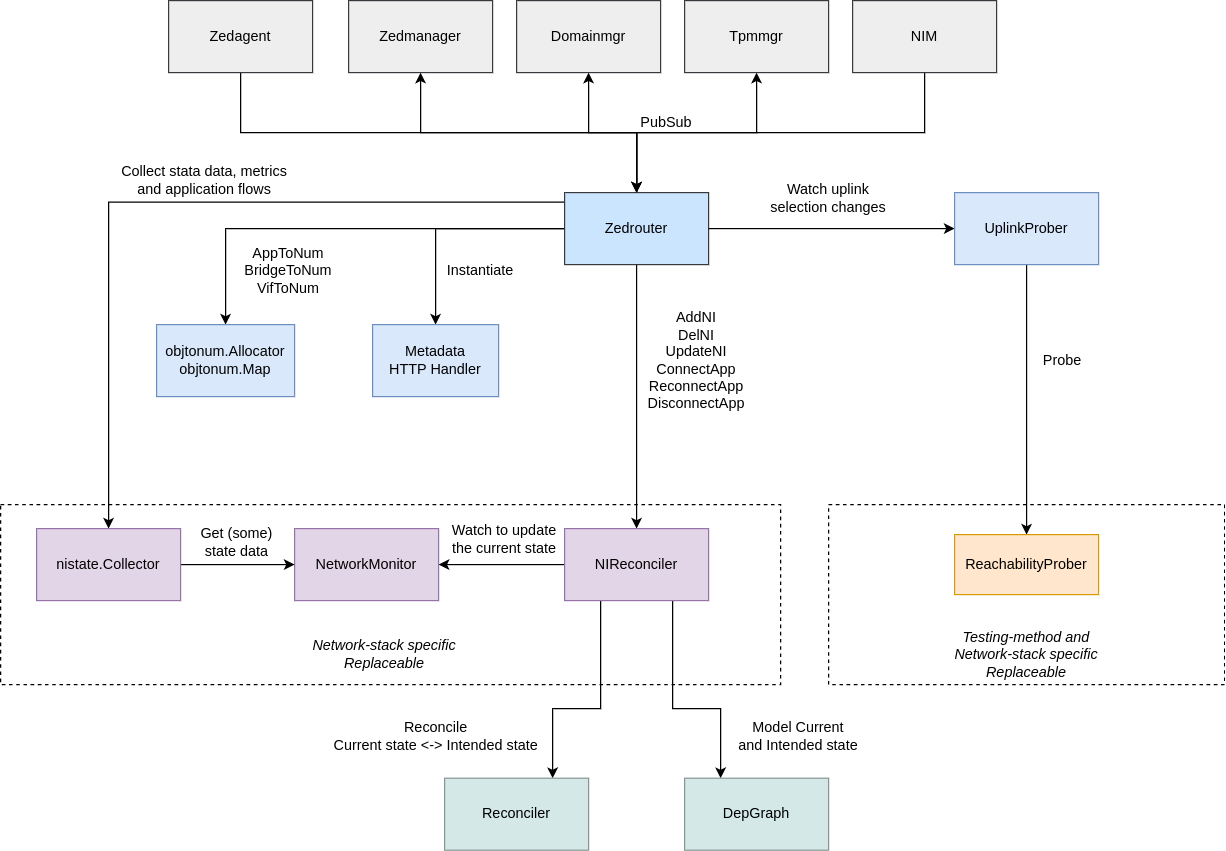
Earlier version of the draw.io export pkg/pillar/docs/pics/zedrouter.png (lf-edge/eve). Source tidied: cells renumbered, new cells last; positions are measured from the earlier drawing's top-left corner, leaving out a move shared by most shapes.
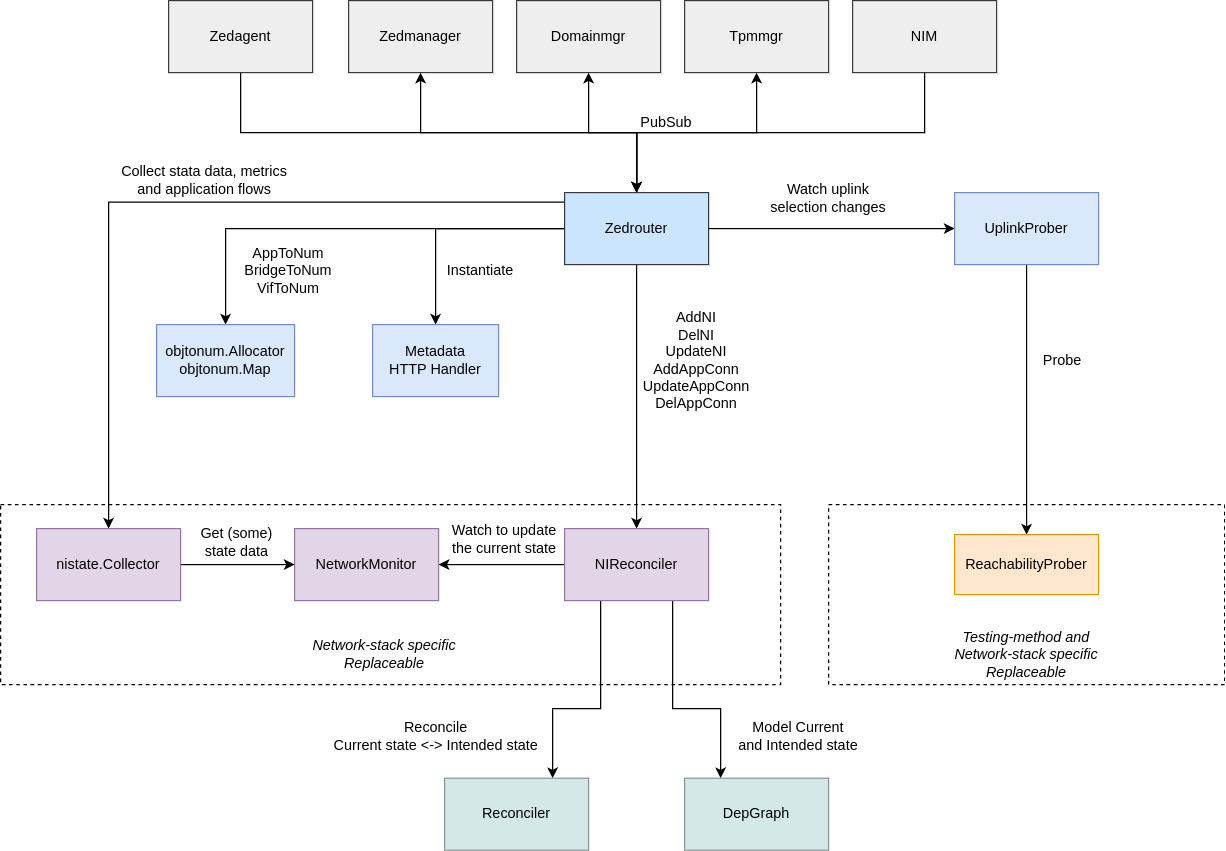
The same diagram one commit later.

Diff of the diagram source:
```diff
@@ -86,7 +86,7 @@
     <mxCell id="24" value="Watch uplink selection changes" style="text;html=1;strokeColor=none;fillColor=none;align=center;verticalAlign=middle;whiteSpace=wrap;rounded=0;" parent="1" vertex="1">
       <mxGeometry x="630" y="150" width="120" height="30" as="geometry" />
     </mxCell>
-    <mxCell id="25" value="&lt;div&gt;AddNI&lt;/div&gt;&lt;div&gt;DelNI&lt;/div&gt;&lt;div&gt;UpdateNI&lt;br&gt;&lt;/div&gt;&lt;div&gt;ConnectApp&lt;/div&gt;&lt;div&gt;ReconnectApp&lt;/div&gt;&lt;div&gt;DisconnectApp&lt;/div&gt;" style="text;html=1;strokeColor=none;fillColor=none;align=center;verticalAlign=middle;whiteSpace=wrap;rounded=0;" parent="1" vertex="1">
+    <mxCell id="25" value="&lt;div&gt;AddNI&lt;/div&gt;&lt;div&gt;DelNI&lt;/div&gt;&lt;div&gt;UpdateNI&lt;br&gt;&lt;/div&gt;&lt;div&gt;AddAppConn&lt;/div&gt;&lt;div&gt;UpdateAppConn&lt;/div&gt;&lt;div&gt;DelAppConn&lt;/div&gt;" style="text;html=1;strokeColor=none;fillColor=none;align=center;verticalAlign=middle;whiteSpace=wrap;rounded=0;" parent="1" vertex="1">
       <mxGeometry x="530" y="230.5" width="100" height="139" as="geometry" />
     </mxCell>
     <mxCell id="26" value="Watch to update the current state" style="text;html=1;strokeColor=none;fillColor=none;align=center;verticalAlign=middle;whiteSpace=wrap;rounded=0;" parent="1" vertex="1">
```
